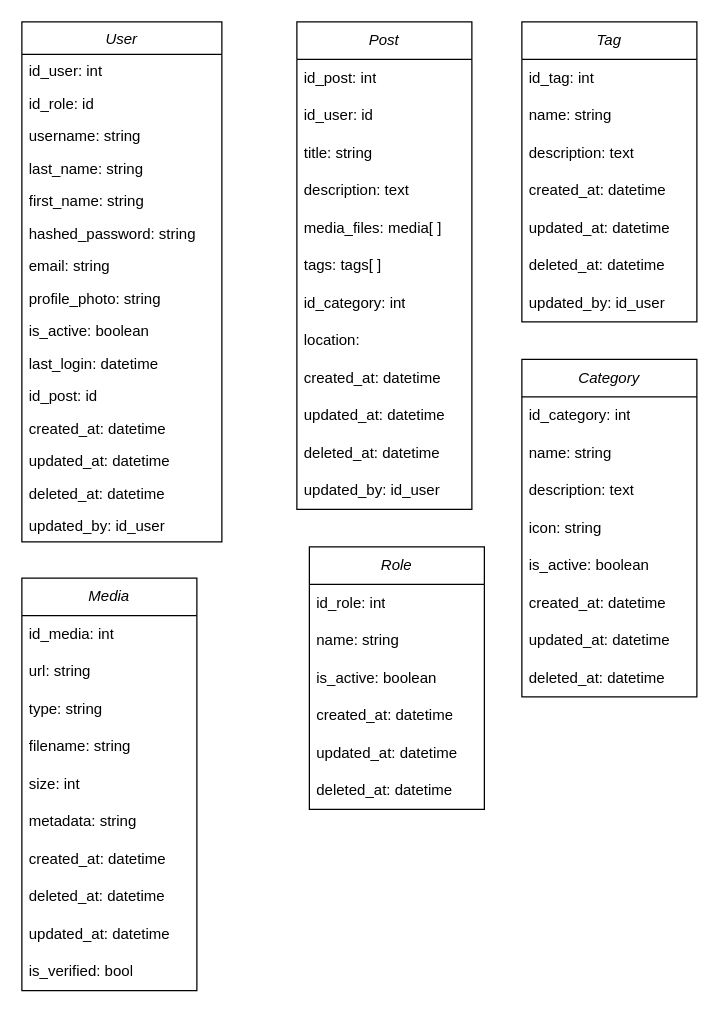
Earlier version of the draw.io diagram Lost&found.drawio (Vedgge/WormSync). Source tidied: cells renumbered, new cells numbered last; positions are measured from the earlier drawing's top-left corner, leaving out a move shared by most shapes. Both pictures are drawn from the tidied source at 125%, with x=0, y=0 at pixel (21, 21).
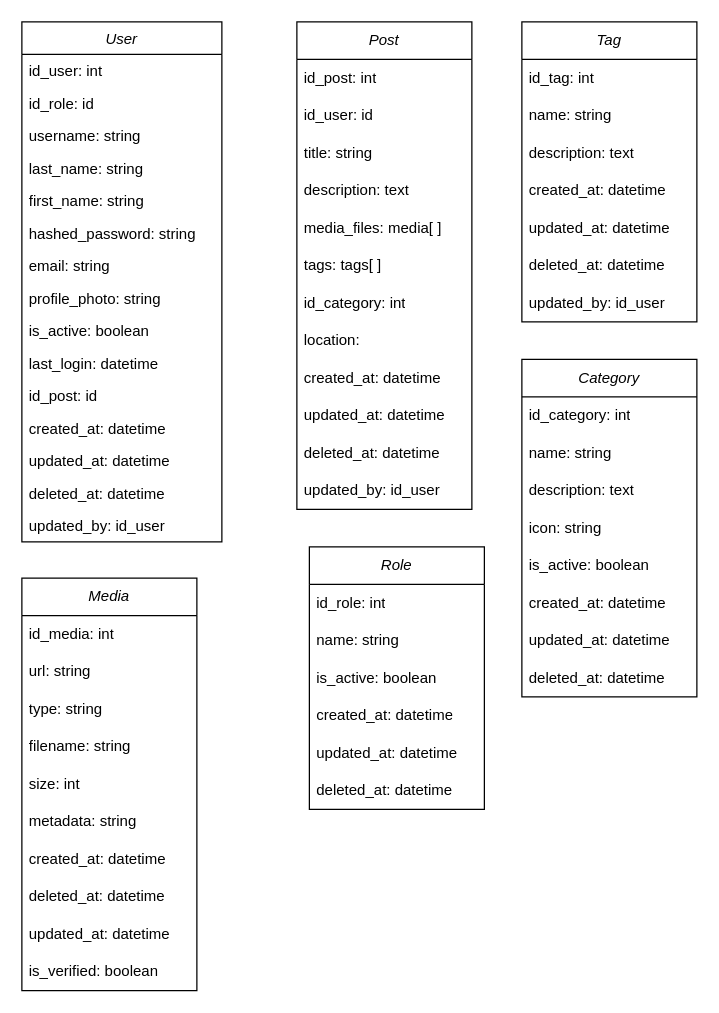
The same diagram, later.

The change refers to these unchanged cells:
```xml
<mxCell id="55" value="&lt;i&gt;Media&lt;/i&gt;" style="swimlane;fontStyle=0;horizontal=1;startSize=30;whiteSpace=wrap;html=1;" parent="1" vertex="1">
  <mxGeometry y="445" width="140" height="330" as="geometry" />
</mxCell>
```

Diff of the diagram source:
```diff
@@
-    <mxCell id="65" value="is_verified: bool" style="text;strokeColor=none;fillColor=none;align=left;verticalAlign=middle;spacingLeft=4;spacingRight=4;overflow=hidden;whiteSpace=wrap;html=1;" parent="55" vertex="1">
+    <mxCell id="65" value="is_verified: boolean" style="text;strokeColor=none;fillColor=none;align=left;verticalAlign=middle;spacingLeft=4;spacingRight=4;overflow=hidden;whiteSpace=wrap;html=1;" parent="55" vertex="1">
       <mxGeometry y="300" width="140" height="30" as="geometry" />
     </mxCell>
```
